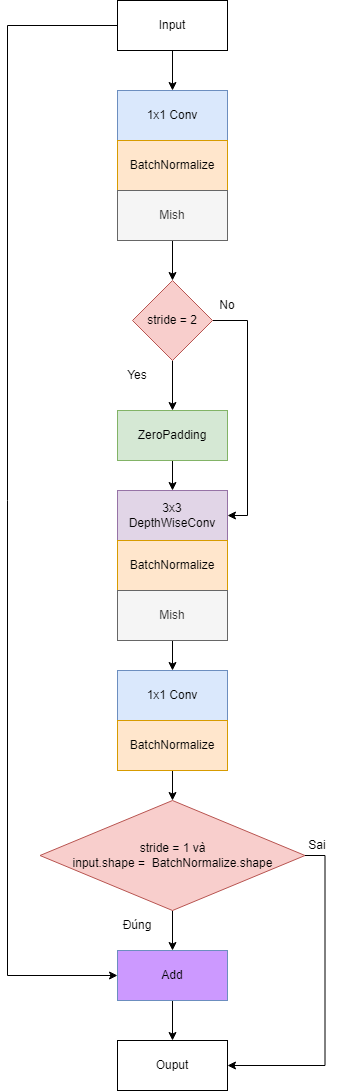
The draw.io diagram Model/Model_using_IRB/Relating_to_the_model/Visualization_model_structure/inverted_residual_block.png in duongve13112002/Sketch2Visual, before a commit. Source tidied: cells renumbered, new cells last; positions are measured from the earlier drawing's top-left corner, leaving out a move shared by most shapes.
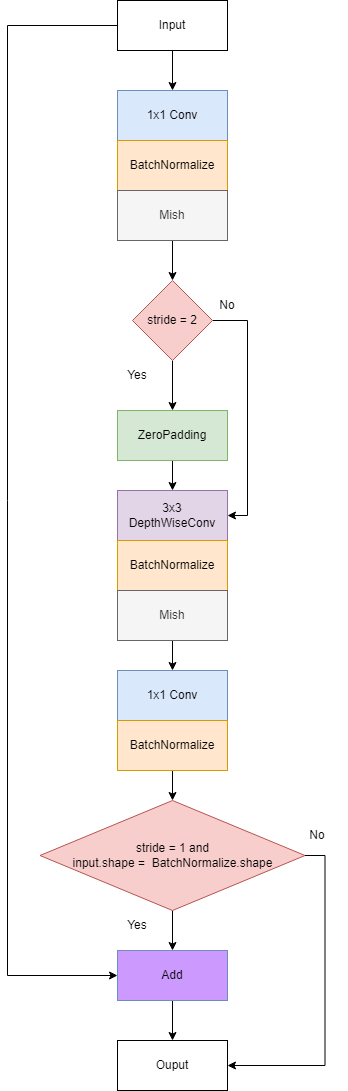
After the change.

The edit, as a diff of the source:
```diff
@@ -85,14 +85,14 @@
     <mxCell id="27" style="edgeStyle=orthogonalEdgeStyle;rounded=0;jettySize=auto;html=1;exitX=1;exitY=0.5;exitDx=0;exitDy=0;entryX=1;entryY=0.5;entryDx=0;entryDy=0;" parent="1" edge="1" source="28" target="25">
       <mxGeometry relative="1" as="geometry" />
     </mxCell>
-    <mxCell id="28" value="stride = 1 và&lt;br&gt;input.shape =&amp;nbsp; BatchNormalize.shape" style="rhombus;whiteSpace=wrap;html=1;fillColor=#f8cecc;strokeColor=#b85450;" parent="1" vertex="1">
+    <mxCell id="28" value="stride = 1 and&lt;br&gt;input.shape =&amp;nbsp; BatchNormalize.shape" style="rhombus;whiteSpace=wrap;html=1;fillColor=#f8cecc;strokeColor=#b85450;" parent="1" vertex="1">
       <mxGeometry x="32.5" y="800" width="265" height="110" as="geometry" />
     </mxCell>
-    <mxCell id="29" value="Đúng" style="text;html=1;strokeColor=none;fillColor=none;align=center;verticalAlign=middle;whiteSpace=wrap;rounded=0;" parent="1" vertex="1">
+    <mxCell id="29" value="Yes" style="text;html=1;strokeColor=none;fillColor=none;align=center;verticalAlign=middle;whiteSpace=wrap;rounded=0;" parent="1" vertex="1">
       <mxGeometry x="100" y="910" width="60" height="30" as="geometry" />
     </mxCell>
-    <mxCell id="30" value="Sai" style="text;html=1;strokeColor=none;fillColor=none;align=center;verticalAlign=middle;whiteSpace=wrap;rounded=0;" parent="1" vertex="1">
-      <mxGeometry x="280" y="830" width="60" height="30" as="geometry" />
+    <mxCell id="30" value="No" style="text;html=1;strokeColor=none;fillColor=none;align=center;verticalAlign=middle;whiteSpace=wrap;rounded=0;" parent="1" vertex="1">
+      <mxGeometry x="280" y="820" width="60" height="30" as="geometry" />
     </mxCell>
   </root>
 </mxGraphModel>
```
